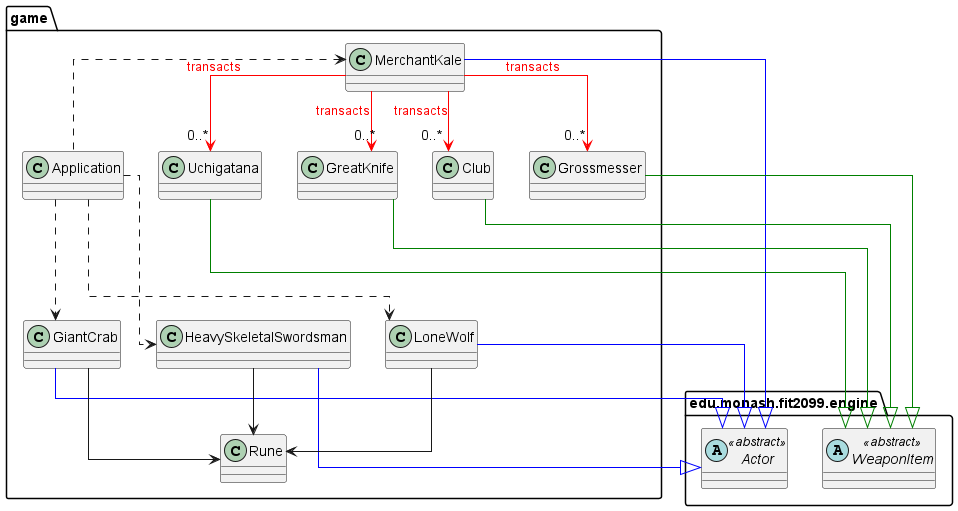
Before: docs/REQ2 Diagram.png, a diagram exported from PlantUML (jenul-ferdinand/elden-ring-ascii). Source of this version:
```plantuml
@startuml

skinparam linetype ortho
set namespaceSeparator none

package edu.monash.fit2099.engine {
    abstract class Actor <<abstract>>

    abstract class WeaponItem <<abstract>>

}

package game {
    class Uchigatana
    class GreatKnife
    class Club
    class Grossmesser

    class HeavySkeletalSwordsman
    class LoneWolf
    class GiantCrab

    class MerchantKale

    class Rune

    class Application

    MerchantKale -[#blue]-|> Actor
    HeavySkeletalSwordsman -[#blue]-|> Actor
    LoneWolf -[#blue]-|> Actor
    GiantCrab -[#blue]-|> Actor

    MerchantKale -[#red]-> "0..*" GreatKnife : <color:red>transacts
    MerchantKale -[#red]-> "0..*" Uchigatana : <color:red>transacts
    MerchantKale -[#red]-> "0..*" Club : <color:red>transacts
    MerchantKale -[#red]-> "0..*" Grossmesser : <color:red>transacts

    Application .u.> MerchantKale

    Club -[#green]-|> WeaponItem
    GreatKnife -[#green]-|> WeaponItem
    Uchigatana -[#green]-|> WeaponItem
    Grossmesser -[#green]-|> WeaponItem

    Application ...> HeavySkeletalSwordsman
    Application ...> LoneWolf
    Application ...> GiantCrab

    HeavySkeletalSwordsman --> Rune
    LoneWolf --> Rune
    GiantCrab --> Rune
}

@enduml
```
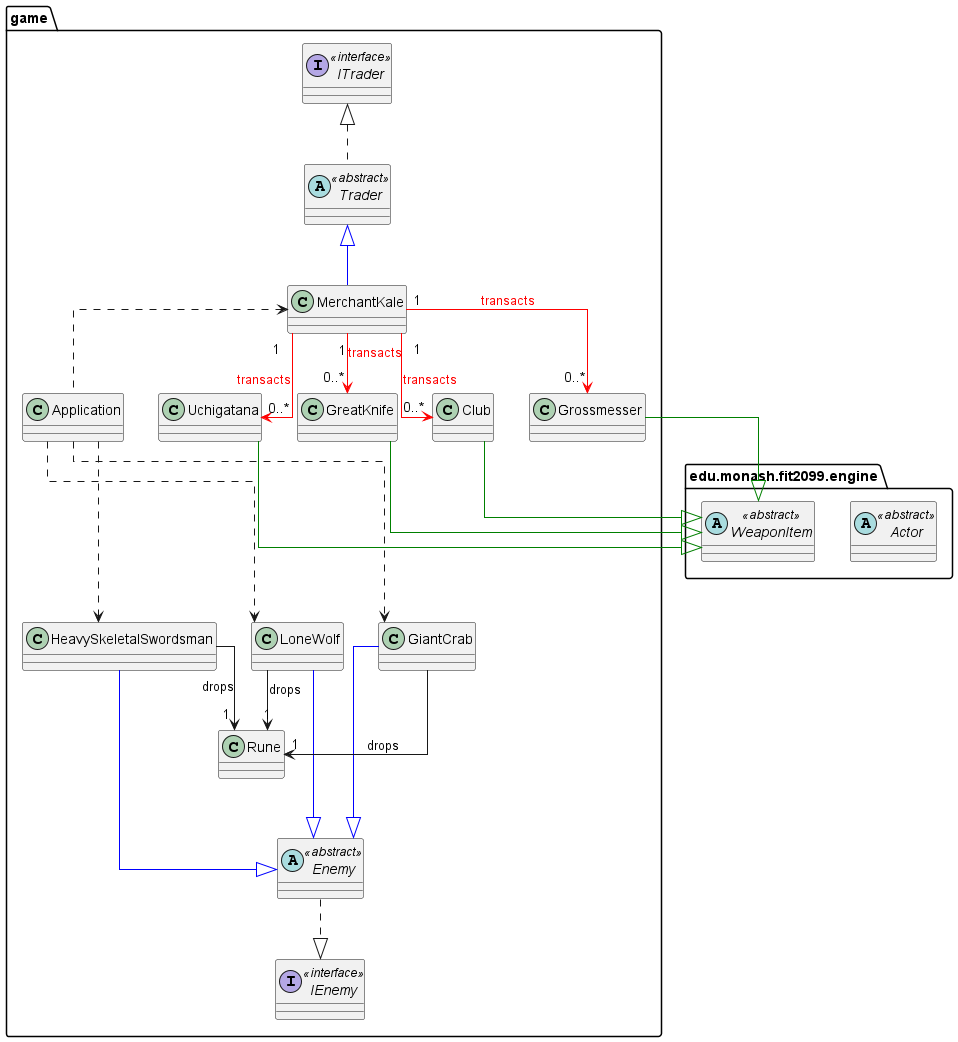
Later version of the same file.

Commit message:
Completed REQ2

Diff of the diagram source:
```diff
@@ -7,10 +7,12 @@
     abstract class Actor <<abstract>>
 
     abstract class WeaponItem <<abstract>>
-
 }
 
 package game {
+    abstract class Enemy <<abstract>>
+    interface IEnemy <<interface>>
+
     class Uchigatana
     class GreatKnife
     class Club
@@ -20,21 +22,28 @@
     class LoneWolf
     class GiantCrab
 
+    abstract class Trader <<abstract>>
+    interface ITrader <<interface>>
+
     class MerchantKale
 
     class Rune
 
     class Application
 
-    MerchantKale -[#blue]-|> Actor
-    HeavySkeletalSwordsman -[#blue]-|> Actor
-    LoneWolf -[#blue]-|> Actor
-    GiantCrab -[#blue]-|> Actor
+    MerchantKale -u[#blue]-|> Trader
+    Trader .u.|> ITrader
 
-    MerchantKale -[#red]-> "0..*" GreatKnife : <color:red>transacts
-    MerchantKale -[#red]-> "0..*" Uchigatana : <color:red>transacts
-    MerchantKale -[#red]-> "0..*" Club : <color:red>transacts
-    MerchantKale -[#red]-> "0..*" Grossmesser : <color:red>transacts
+    HeavySkeletalSwordsman --[#blue]-|> Enemy
+    LoneWolf --[#blue]-|> Enemy
+    GiantCrab --[#blue]-|> Enemy
+
+    Enemy ..|> IEnemy
+
+    MerchantKale "1" -[#red]-> "0..*" GreatKnife : <color:red>transacts
+    MerchantKale "1" -[#red]-> "0..*" Uchigatana : <color:red>transacts
+    MerchantKale "1" -[#red]-> "0..*" Club : <color:red>transacts
+    MerchantKale "1" -[#red]-> "0..*" Grossmesser : <color:red>transacts
 
     Application .u.> MerchantKale
 
@@ -47,9 +56,9 @@
     Application ...> LoneWolf
     Application ...> GiantCrab
 
-    HeavySkeletalSwordsman --> Rune
-    LoneWolf --> Rune
-    GiantCrab --> Rune
+    HeavySkeletalSwordsman --> "1" Rune : drops
+    LoneWolf --> "1" Rune : drops
+    GiantCrab --> "1" Rune : drops
 }
 
 @enduml
```
